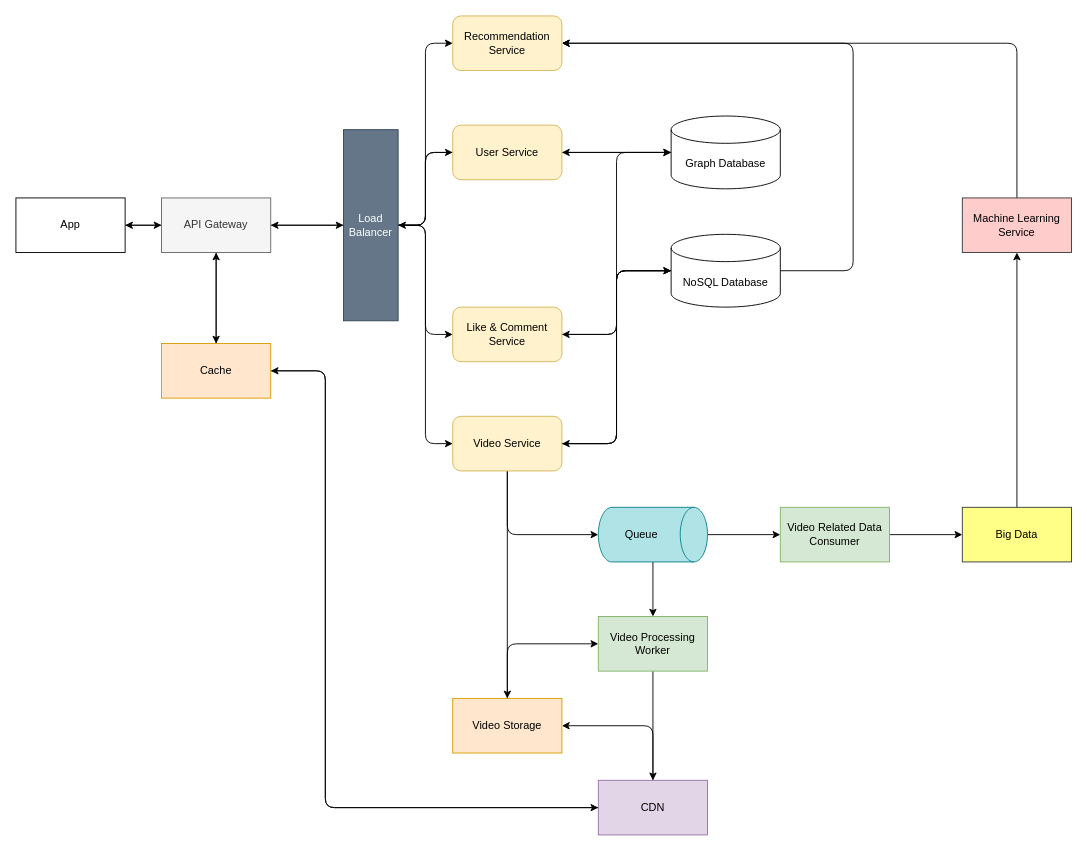
purnendukar/MySystemDesigns keeps this draw.io diagram as TikTok System Design.drawio. Above is the earlier version. Source tidied: cells renumbered, new cells numbered last; positions are measured from the earlier drawing's top-left corner, leaving out a move shared by most shapes. Both pictures are drawn from the tidied source at 91%, with x=0, y=0 at pixel (15, 15).
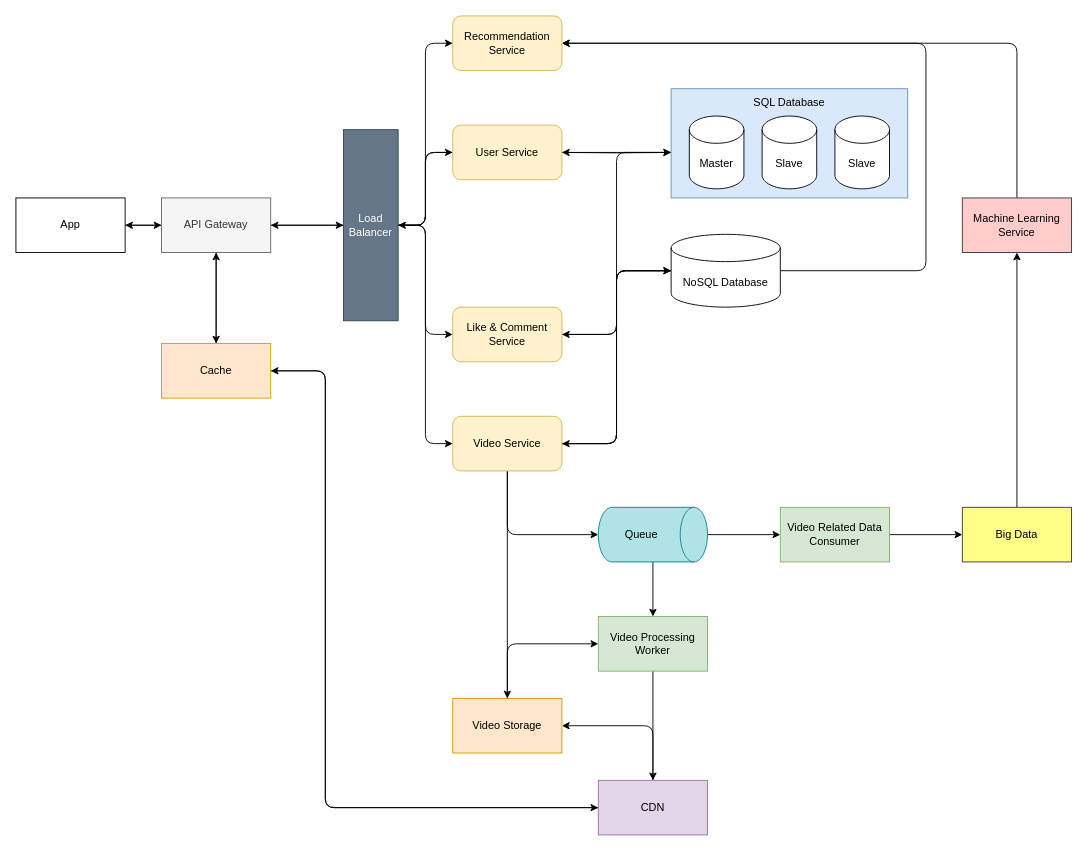
The same diagram, later.

The change refers to these unchanged cells:
```xml
<mxCell id="14" value="User Service" style="rounded=1;whiteSpace=wrap;html=1;fillColor=#fff2cc;strokeColor=#d6b656;" parent="1" vertex="1">
  <mxGeometry x="480" y="120" width="120" height="60" as="geometry" />
</mxCell>
<mxCell id="19" value="Video Service" style="rounded=1;whiteSpace=wrap;html=1;fillColor=#fff2cc;strokeColor=#d6b656;" parent="1" vertex="1">
  <mxGeometry x="480" y="440" width="120" height="60" as="geometry" />
</mxCell>
<mxCell id="23" value="NoSQL Database" style="shape=cylinder3;whiteSpace=wrap;html=1;boundedLbl=1;backgroundOutline=1;size=15;" parent="1" vertex="1">
  <mxGeometry x="720" y="240" width="120" height="80" as="geometry" />
</mxCell>
<mxCell id="43" value="Recommendation Service" style="rounded=1;whiteSpace=wrap;html=1;fillColor=#fff2cc;strokeColor=#d6b656;" parent="1" vertex="1">
  <mxGeometry x="480" width="120" height="60" as="geometry" />
</mxCell>
```

What changed in the source:
```diff
@@
-    <mxCell id="13" style="edgeStyle=orthogonalEdgeStyle;rounded=0;jettySize=auto;html=1;" parent="1" edge="1" source="14" target="47">
-      <mxGeometry relative="1" as="geometry" />
+    <mxCell id="13" style="edgeStyle=orthogonalEdgeStyle;rounded=0;jettySize=auto;html=1;" parent="1" edge="1" source="14">
+      <mxGeometry relative="1" as="geometry">
+        <mxPoint x="720" y="150" as="targetPoint" />
+      </mxGeometry>
     </mxCell>
@@
-    <mxCell id="18" style="edgeStyle=orthogonalEdgeStyle;rounded=1;jettySize=auto;html=1;" parent="1" edge="1" source="19" target="47">
+    <mxCell id="18" style="edgeStyle=orthogonalEdgeStyle;rounded=1;jettySize=auto;html=1;" parent="1" edge="1" source="19">
       <mxGeometry relative="1" as="geometry">
+        <mxPoint x="720" y="150" as="targetPoint" />
         <Array as="points">
           <mxPoint x="660" y="470" />
           <mxPoint x="660" y="150" />
         </Array>
       </mxGeometry>
     </mxCell>
@@
     <mxCell id="21" style="edgeStyle=orthogonalEdgeStyle;rounded=1;jettySize=auto;html=1;" parent="1" edge="1" source="23" target="43">
       <mxGeometry relative="1" as="geometry">
         <Array as="points">
-          <mxPoint x="920" y="280" />
-          <mxPoint x="920" y="30" />
+          <mxPoint x="1000" y="280" />
+          <mxPoint x="1000" y="30" />
         </Array>
       </mxGeometry>
     </mxCell>
@@
-    <mxCell id="46" style="edgeStyle=orthogonalEdgeStyle;rounded=0;jettySize=auto;html=1;" parent="1" edge="1" source="47" target="14">
-      <mxGeometry relative="1" as="geometry" />
+    <mxCell id="46" style="edgeStyle=orthogonalEdgeStyle;rounded=0;jettySize=auto;html=1;" parent="1" edge="1" target="14">
+      <mxGeometry relative="1" as="geometry">
+        <mxPoint x="720" y="150" as="sourcePoint" />
+      </mxGeometry>
     </mxCell>
-    <mxCell id="47" value="Graph Database" style="shape=cylinder3;whiteSpace=wrap;html=1;boundedLbl=1;backgroundOutline=1;size=15;" parent="1" vertex="1">
-      <mxGeometry x="720" y="110" width="120" height="80" as="geometry" />
-    </mxCell>
@@
+    <mxCell id="50" style="rounded=0;whiteSpace=wrap;html=1;fillColor=#dae8fc;strokeColor=#6c8ebf;" parent="1" vertex="1">
+      <mxGeometry x="720" y="80" width="260" height="120" as="geometry" />
+    </mxCell>
+    <mxCell id="51" value="Master" style="shape=cylinder3;whiteSpace=wrap;html=1;boundedLbl=1;backgroundOutline=1;size=15;" parent="1" vertex="1">
+      <mxGeometry x="740" y="110" width="60" height="80" as="geometry" />
+    </mxCell>
+    <mxCell id="52" value="Slave" style="shape=cylinder3;whiteSpace=wrap;html=1;boundedLbl=1;backgroundOutline=1;size=15;" parent="1" vertex="1">
+      <mxGeometry x="820" y="110" width="60" height="80" as="geometry" />
+    </mxCell>
+    <mxCell id="53" value="Slave" style="shape=cylinder3;whiteSpace=wrap;html=1;boundedLbl=1;backgroundOutline=1;size=15;" parent="1" vertex="1">
+      <mxGeometry x="900" y="110" width="60" height="80" as="geometry" />
+    </mxCell>
+    <mxCell id="54" value="SQL Database" style="text;html=1;strokeColor=none;fillColor=none;align=center;verticalAlign=middle;whiteSpace=wrap;rounded=0;" parent="1" vertex="1">
+      <mxGeometry x="795" y="80" width="110" height="30" as="geometry" />
+    </mxCell>
```
